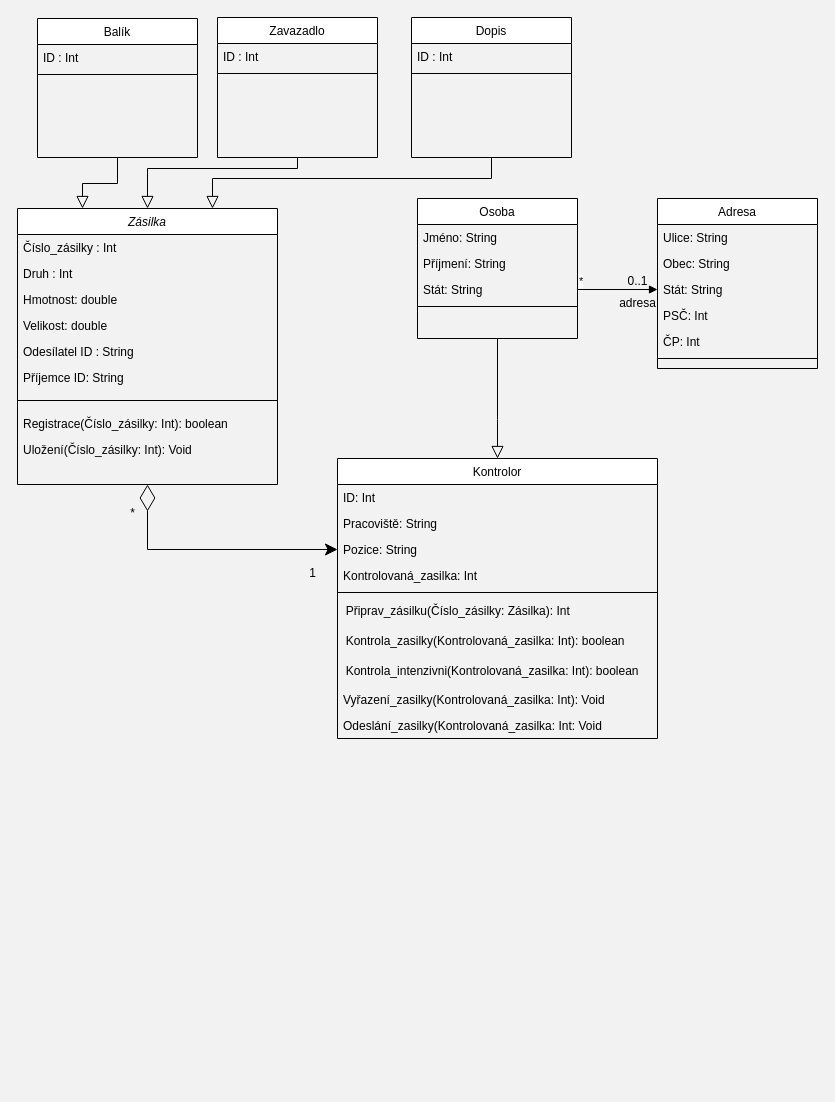
Earlier version of the draw.io diagram page "Page-1" (1 of 3) of tridy.drawio (Hefik/IRS2). Source tidied: cells renumbered, new cells numbered last; positions are measured from the earlier drawing's top-left corner, leaving out a move shared by most shapes. Both pictures are drawn from the tidied source at 100%, with x=0, y=0 at pixel (17, 17).
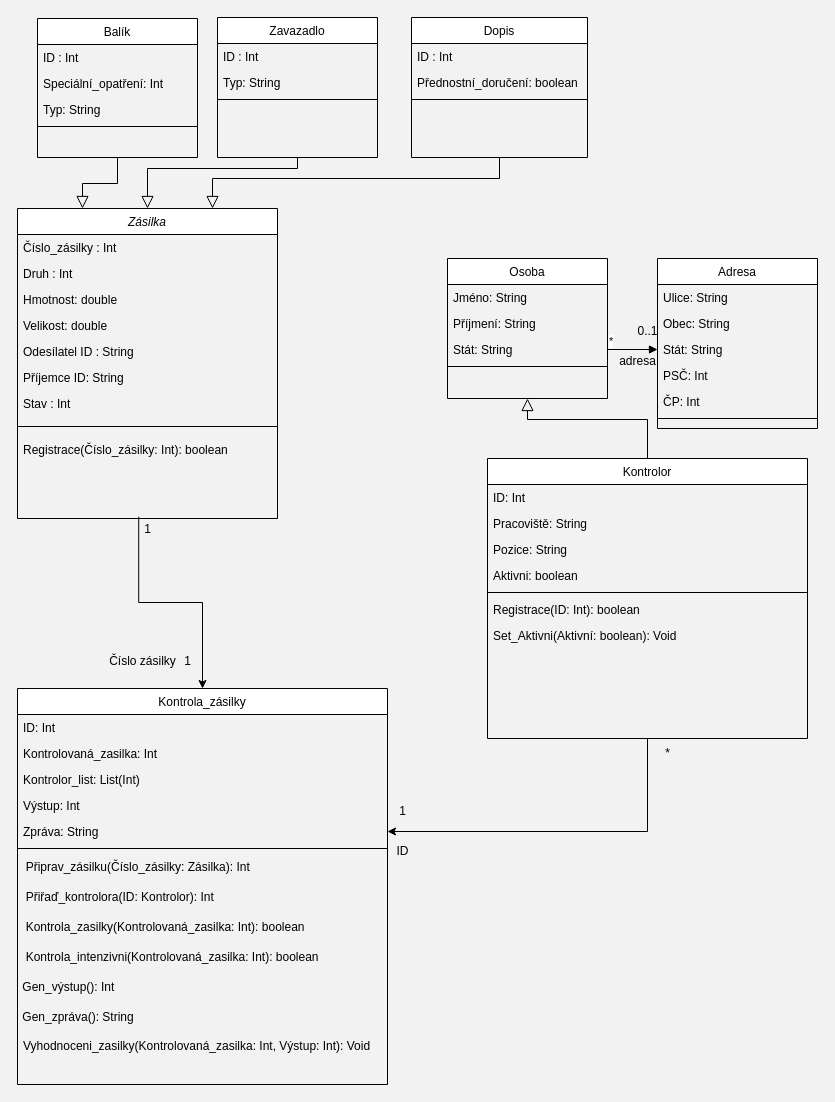
After the change.

Unchanged cells that the change refers to:
```xml
<mxCell id="12" value="Balík" style="swimlane;fontStyle=0;align=center;verticalAlign=top;horizontal=1;startSize=26;rounded=0;shadow=0;strokeWidth=1;" parent="1" vertex="1">
  <mxGeometry x="20" y="1" width="160" height="139" as="geometry" />
</mxCell>
<mxCell id="16" value="Zavazadlo" style="swimlane;fontStyle=0;align=center;verticalAlign=top;horizontal=1;startSize=26;rounded=0;shadow=0;strokeWidth=1;" parent="1" vertex="1">
  <mxGeometry x="200" width="160" height="140" as="geometry" />
</mxCell>
<mxCell id="43" value="Pozice: String" style="text;align=left;verticalAlign=top;spacingLeft=4;spacingRight=4;overflow=hidden;points=[[0,0.5],[1,0.5]];portConstraint=eastwest;rounded=0;shadow=0;html=0;" parent="40" vertex="1">
  <mxGeometry y="78" width="320" height="26" as="geometry" />
</mxCell>
```

Diff of the diagram source:
```diff
@@
     <mxCell id="2" value="Zásilka" style="swimlane;fontStyle=2;align=center;verticalAlign=top;horizontal=1;startSize=26;rounded=0;shadow=0;strokeWidth=1;" parent="1" vertex="1">
-      <mxGeometry y="191" width="260" height="276" as="geometry" />
+      <mxGeometry y="191" width="260" height="310" as="geometry" />
     </mxCell>
@@
+    <mxCell id="55" value="Stav : Int" style="text;align=left;verticalAlign=top;spacingLeft=4;spacingRight=4;overflow=hidden;rounded=0;shadow=0;html=0;" parent="2" vertex="1">
+      <mxGeometry y="182" width="260" height="26" as="geometry" />
+    </mxCell>
     <mxCell id="9" style="line;html=1;strokeWidth=1;align=left;verticalAlign=middle;spacingTop=-1;spacingLeft=3;spacingRight=3;labelPosition=right;" parent="2" vertex="1">
-      <mxGeometry y="182" width="260" height="20" as="geometry" />
+      <mxGeometry y="208" width="260" height="20" as="geometry" />
     </mxCell>
     <mxCell id="10" value="Registrace(Číslo_zásilky: Int): boolean" style="text;align=left;verticalAlign=top;spacingLeft=4;spacingRight=4;overflow=hidden;" parent="2" vertex="1">
-      <mxGeometry y="202" width="260" height="26" as="geometry" />
+      <mxGeometry y="228" width="260" height="26" as="geometry" />
     </mxCell>
-    <mxCell id="11" value="Uložení(Číslo_zásilky: Int): Void" style="text;align=left;verticalAlign=top;spacingLeft=4;spacingRight=4;overflow=hidden;" parent="2" vertex="1">
-      <mxGeometry y="228" width="260" height="26" as="geometry" />
-    </mxCell>
@@
+    <mxCell id="56" value="Speciální_opatření: Int" style="text;align=left;verticalAlign=top;spacingLeft=4;spacingRight=4;overflow=hidden;" parent="12" vertex="1">
+      <mxGeometry y="52" width="160" height="26" as="geometry" />
+    </mxCell>
+    <mxCell id="57" value="Typ: String" style="text;align=left;verticalAlign=top;spacingLeft=4;spacingRight=4;overflow=hidden;" parent="12" vertex="1">
+      <mxGeometry y="78" width="160" height="26" as="geometry" />
+    </mxCell>
     <mxCell id="14" style="line;html=1;strokeWidth=1;align=left;verticalAlign=middle;spacingTop=-1;spacingLeft=3;spacingRight=3;labelPosition=right;" parent="12" vertex="1">
-      <mxGeometry y="52" width="160" height="8" as="geometry" />
+      <mxGeometry y="104" width="160" height="8" as="geometry" />
     </mxCell>
@@
+    <mxCell id="58" value="Typ: String" style="text;align=left;verticalAlign=top;spacingLeft=4;spacingRight=4;overflow=hidden;" parent="16" vertex="1">
+      <mxGeometry y="52" width="160" height="26" as="geometry" />
+    </mxCell>
     <mxCell id="18" style="line;html=1;strokeWidth=1;align=left;verticalAlign=middle;spacingTop=-1;spacingLeft=3;spacingRight=3;labelPosition=right;" parent="16" vertex="1">
-      <mxGeometry y="52" width="160" height="8" as="geometry" />
+      <mxGeometry y="78" width="160" height="8" as="geometry" />
     </mxCell>
@@
     <mxCell id="20" value="Adresa" style="swimlane;fontStyle=0;align=center;verticalAlign=top;horizontal=1;startSize=26;rounded=0;shadow=0;strokeWidth=1;" parent="1" vertex="1">
-      <mxGeometry x="640" y="181" width="160" height="170" as="geometry" />
+      <mxGeometry x="640" y="241" width="160" height="170" as="geometry" />
     </mxCell>
@@
     <mxCell id="27" value="Dopis" style="swimlane;fontStyle=0;align=center;verticalAlign=top;horizontal=1;startSize=26;rounded=0;shadow=0;strokeWidth=1;" parent="1" vertex="1">
-      <mxGeometry x="394" width="160" height="140" as="geometry" />
+      <mxGeometry x="394" width="176" height="140" as="geometry" />
     </mxCell>
     <mxCell id="28" value="ID : Int" style="text;align=left;verticalAlign=top;spacingLeft=4;spacingRight=4;overflow=hidden;" parent="27" vertex="1">
-      <mxGeometry y="26" width="160" height="26" as="geometry" />
+      <mxGeometry y="26" width="176" height="26" as="geometry" />
     </mxCell>
+    <mxCell id="59" value="Přednostní_doručení: boolean" style="text;align=left;verticalAlign=top;spacingLeft=4;spacingRight=4;overflow=hidden;" parent="27" vertex="1">
+      <mxGeometry y="52" width="176" height="26" as="geometry" />
+    </mxCell>
     <mxCell id="29" style="line;html=1;strokeWidth=1;align=left;verticalAlign=middle;spacingTop=-1;spacingLeft=3;spacingRight=3;labelPosition=right;" parent="27" vertex="1">
-      <mxGeometry y="52" width="160" height="8" as="geometry" />
+      <mxGeometry y="78" width="176" height="8" as="geometry" />
     </mxCell>
@@
     <mxCell id="31" value="Osoba" style="swimlane;fontStyle=0;align=center;verticalAlign=top;horizontal=1;startSize=26;rounded=0;shadow=0;strokeWidth=1;fillStyle=auto;swimlaneLine=1;glass=0;" parent="1" vertex="1">
-      <mxGeometry x="400" y="181" width="160" height="140" as="geometry" />
+      <mxGeometry x="430" y="241" width="160" height="140" as="geometry" />
     </mxCell>
@@
     <mxCell id="38" value="0..1" style="text;html=1;align=center;verticalAlign=middle;strokeColor=none;fillColor=none;" parent="1" vertex="1">
-      <mxGeometry x="600" y="249" width="40" height="30" as="geometry" />
+      <mxGeometry x="610" y="299" width="40" height="30" as="geometry" />
     </mxCell>
     <mxCell id="39" value="adresa" style="text;html=1;align=center;verticalAlign=middle;strokeColor=none;fillColor=none;" parent="1" vertex="1">
-      <mxGeometry x="590" y="271" width="60" height="30" as="geometry" />
+      <mxGeometry x="590" y="329" width="60" height="30" as="geometry" />
     </mxCell>
     <mxCell id="40" value="Kontrolor" style="swimlane;fontStyle=0;align=center;verticalAlign=top;horizontal=1;startSize=26;rounded=0;shadow=0;strokeWidth=1;fillStyle=auto;swimlaneLine=1;glass=0;" parent="1" vertex="1">
-      <mxGeometry x="320" y="441" width="320" height="280" as="geometry" />
+      <mxGeometry x="470" y="441" width="320" height="280" as="geometry" />
     </mxCell>
@@
+    <mxCell id="60" value="Aktivni: boolean" style="text;align=left;verticalAlign=top;spacingLeft=4;spacingRight=4;overflow=hidden;rounded=0;shadow=0;html=0;" parent="40" vertex="1">
+      <mxGeometry y="104" width="320" height="26" as="geometry" />
+    </mxCell>
+    <mxCell id="45" style="line;html=1;strokeWidth=1;align=left;verticalAlign=middle;spacingTop=-1;spacingLeft=3;spacingRight=3;labelPosition=right;" parent="40" vertex="1">
+      <mxGeometry y="130" width="320" height="8" as="geometry" />
+    </mxCell>
+    <mxCell id="61" value="Registrace(ID: Int): boolean" style="text;align=left;verticalAlign=top;spacingLeft=4;spacingRight=4;overflow=hidden;rounded=0;shadow=0;html=0;" parent="40" vertex="1">
+      <mxGeometry y="138" width="320" height="26" as="geometry" />
+    </mxCell>
+    <mxCell id="62" value="Set_Aktivni(Aktivní: boolean): Void" style="text;align=left;verticalAlign=top;spacingLeft=4;spacingRight=4;overflow=hidden;rounded=0;shadow=0;html=0;" parent="40" vertex="1">
+      <mxGeometry y="164" width="320" height="26" as="geometry" />
+    </mxCell>
+    <mxCell id="51" style="endArrow=block;endSize=10;endFill=0;shadow=0;strokeWidth=1;rounded=0;edgeStyle=elbowEdgeStyle;elbow=vertical;exitX=0.5;exitY=0;exitDx=0;exitDy=0;entryX=0.5;entryY=1;entryDx=0;entryDy=0;" parent="1" edge="1" source="40" target="31">
+      <mxGeometry relative="1" as="geometry">
+        <Array as="points">
+          <mxPoint x="525" y="402" />
+        </Array>
+      </mxGeometry>
+    </mxCell>
+    <mxCell id="63" value="Kontrola_zásilky" style="swimlane;fontStyle=0;align=center;verticalAlign=top;horizontal=1;startSize=26;rounded=0;shadow=0;strokeWidth=1;fillStyle=auto;swimlaneLine=1;glass=0;" parent="1" vertex="1">
+      <mxGeometry y="671" width="370" height="396" as="geometry" />
+    </mxCell>
+    <mxCell id="64" value="ID: Int" style="text;align=left;verticalAlign=top;spacingLeft=4;spacingRight=4;overflow=hidden;" parent="63" vertex="1">
+      <mxGeometry y="26" width="370" height="26" as="geometry" />
+    </mxCell>
-    <mxCell id="44" value="Kontrolovaná_zasilka: Int" style="text;align=left;verticalAlign=top;spacingLeft=4;spacingRight=4;overflow=hidden;rounded=0;shadow=0;html=0;" parent="40" vertex="1">
-      <mxGeometry y="104" width="320" height="26" as="geometry" />
+    <mxCell id="44" value="Kontrolovaná_zasilka: Int" style="text;align=left;verticalAlign=top;spacingLeft=4;spacingRight=4;overflow=hidden;rounded=0;shadow=0;html=0;" parent="63" vertex="1">
+      <mxGeometry y="52" width="370" height="26" as="geometry" />
     </mxCell>
-    <mxCell id="45" style="line;html=1;strokeWidth=1;align=left;verticalAlign=middle;spacingTop=-1;spacingLeft=3;spacingRight=3;labelPosition=right;" parent="40" vertex="1">
-      <mxGeometry y="130" width="320" height="8" as="geometry" />
-    </mxCell>
+    <mxCell id="65" value="Kontrolor_list: List(Int)" style="text;align=left;verticalAlign=top;spacingLeft=4;spacingRight=4;overflow=hidden;rounded=0;shadow=0;html=0;" parent="63" vertex="1">
+      <mxGeometry y="78" width="370" height="26" as="geometry" />
+    </mxCell>
+    <mxCell id="66" value="Výstup: Int" style="text;align=left;verticalAlign=top;spacingLeft=4;spacingRight=4;overflow=hidden;rounded=0;shadow=0;html=0;" parent="63" vertex="1">
+      <mxGeometry y="104" width="370" height="26" as="geometry" />
+    </mxCell>
+    <mxCell id="67" value="Zpráva: String" style="text;align=left;verticalAlign=top;spacingLeft=4;spacingRight=4;overflow=hidden;points=[[0,0.5],[1,0.5]];portConstraint=eastwest;rounded=0;shadow=0;html=0;" parent="63" vertex="1">
+      <mxGeometry y="130" width="370" height="26" as="geometry" />
+    </mxCell>
+    <mxCell id="68" style="line;html=1;strokeWidth=1;align=left;verticalAlign=middle;spacingTop=-1;spacingLeft=3;spacingRight=3;labelPosition=right;" parent="63" vertex="1">
+      <mxGeometry y="156" width="370" height="8" as="geometry" />
+    </mxCell>
-    <mxCell id="46" value="&amp;nbsp; Připrav_zásilku(Číslo_zásilky: Zásilka): Int" style="text;html=1;align=left;verticalAlign=middle;strokeColor=none;fillColor=none;" parent="40" vertex="1">
-      <mxGeometry y="138" width="320" height="30" as="geometry" />
+    <mxCell id="46" value="&amp;nbsp; Připrav_zásilku(Číslo_zásilky: Zásilka): Int" style="text;html=1;align=left;verticalAlign=middle;strokeColor=none;fillColor=none;" parent="63" vertex="1">
+      <mxGeometry y="164" width="370" height="30" as="geometry" />
     </mxCell>
+    <mxCell id="69" value="&amp;nbsp; Přiřaď_kontrolora(ID: Kontrolor): Int" style="text;html=1;align=left;verticalAlign=middle;strokeColor=none;fillColor=none;" parent="63" vertex="1">
+      <mxGeometry y="194" width="370" height="30" as="geometry" />
+    </mxCell>
-    <mxCell id="47" value="&amp;nbsp; Kontrola_zasilky(Kontrolovaná_zasilka: Int): boolean" style="text;html=1;align=left;verticalAlign=middle;strokeColor=none;fillColor=none;" parent="40" vertex="1">
-      <mxGeometry y="168" width="320" height="30" as="geometry" />
+    <mxCell id="47" value="&amp;nbsp; Kontrola_zasilky(Kontrolovaná_zasilka: Int): boolean" style="text;html=1;align=left;verticalAlign=middle;strokeColor=none;fillColor=none;" parent="63" vertex="1">
+      <mxGeometry y="224" width="370" height="30" as="geometry" />
     </mxCell>
-    <mxCell id="48" value="&amp;nbsp; Kontrola_intenzivni(Kontrolovaná_zasilka: Int): boolean" style="text;html=1;align=left;verticalAlign=middle;strokeColor=none;fillColor=none;" parent="40" vertex="1">
-      <mxGeometry y="198" width="320" height="30" as="geometry" />
+    <mxCell id="48" value="&amp;nbsp; Kontrola_intenzivni(Kontrolovaná_zasilka: Int): boolean" style="text;html=1;align=left;verticalAlign=middle;strokeColor=none;fillColor=none;" parent="63" vertex="1">
+      <mxGeometry y="254" width="370" height="30" as="geometry" />
     </mxCell>
-    <mxCell id="49" value="Vyřazení_zasilky(Kontrolovaná_zasilka: Int): Void" style="text;align=left;verticalAlign=top;spacingLeft=4;spacingRight=4;overflow=hidden;rounded=0;shadow=0;html=0;" parent="40" vertex="1">
-      <mxGeometry y="228" width="320" height="26" as="geometry" />
-    </mxCell>
-    <mxCell id="50" value="Odeslání_zasilky(Kontrolovaná_zasilka: Int: Void" style="text;align=left;verticalAlign=top;spacingLeft=4;spacingRight=4;overflow=hidden;rounded=0;shadow=0;html=0;" parent="40" vertex="1">
-      <mxGeometry y="254" width="320" height="26" as="geometry" />
-    </mxCell>
-    <mxCell id="51" style="endArrow=block;endSize=10;endFill=0;shadow=0;strokeWidth=1;rounded=0;edgeStyle=elbowEdgeStyle;elbow=vertical;exitX=0.5;exitY=1;exitDx=0;exitDy=0;entryX=0.5;entryY=0;entryDx=0;entryDy=0;" parent="1" edge="1" source="31" target="40">
-      <mxGeometry relative="1" as="geometry">
-        <Array as="points">
-          <mxPoint x="525" y="402" />
-        </Array>
-      </mxGeometry>
-    </mxCell>
-    <mxCell id="52" style="endArrow=classic;html=1;rounded=0;exitX=0.5;exitY=1;exitDx=0;exitDy=0;entryX=0;entryY=0.5;entryDx=0;entryDy=0;startArrow=diamondThin;startFill=0;startSize=24;endSize=10;edgeStyle=orthogonalEdgeStyle;" parent="1" edge="1" source="2" target="43">
-      <mxGeometry relative="1" as="geometry" />
-    </mxCell>
+    <mxCell id="70" value="&amp;nbsp;Gen_výstup(): Int" style="text;html=1;align=left;verticalAlign=middle;strokeColor=none;fillColor=none;" parent="63" vertex="1">
+      <mxGeometry y="284" width="370" height="30" as="geometry" />
+    </mxCell>
+    <mxCell id="71" value="&amp;nbsp;Gen_zpráva(): String" style="text;html=1;align=left;verticalAlign=middle;strokeColor=none;fillColor=none;" parent="63" vertex="1">
+      <mxGeometry y="314" width="370" height="30" as="geometry" />
+    </mxCell>
+    <mxCell id="72" value="Vyhodnoceni_zasilky(Kontrolovaná_zasilka: Int, Výstup: Int): Void" style="text;align=left;verticalAlign=top;spacingLeft=4;spacingRight=4;overflow=hidden;rounded=0;shadow=0;html=0;" parent="63" vertex="1">
+      <mxGeometry y="344" width="370" height="26" as="geometry" />
+    </mxCell>
+    <mxCell id="73" style="endArrow=classic;html=1;rounded=0;exitX=0.207;exitY=0.073;exitDx=0;exitDy=0;exitPerimeter=0;entryX=0.5;entryY=0;entryDx=0;entryDy=0;edgeStyle=elbowEdgeStyle;elbow=vertical;" parent="1" edge="1" source="76" target="63">
+      <mxGeometry relative="1" as="geometry" />
+    </mxCell>
+    <mxCell id="74" style="endArrow=classic;html=1;rounded=0;entryX=1;entryY=0.5;entryDx=0;entryDy=0;edgeStyle=elbowEdgeStyle;" parent="1" edge="1" target="67">
+      <mxGeometry relative="1" as="geometry">
+        <mxPoint x="630" y="721" as="sourcePoint" />
+        <Array as="points">
+          <mxPoint x="630" y="771" />
+        </Array>
+      </mxGeometry>
+    </mxCell>
+    <mxCell id="75" value="1" style="text;html=1;align=center;verticalAlign=middle;strokeColor=none;fillColor=none;" parent="1" vertex="1">
+      <mxGeometry x="370" y="779" width="30" height="30" as="geometry" />
+    </mxCell>
     <mxCell id="53" value="*" style="text;html=1;align=center;verticalAlign=middle;strokeColor=none;fillColor=none;" parent="1" vertex="1">
-      <mxGeometry x="100" y="481" width="30" height="30" as="geometry" />
+      <mxGeometry x="635" y="721" width="30" height="30" as="geometry" />
     </mxCell>
-    <mxCell id="54" value="1" style="text;html=1;align=center;verticalAlign=middle;strokeColor=none;fillColor=none;" parent="1" vertex="1">
-      <mxGeometry x="280" y="541" width="30" height="30" as="geometry" />
-    </mxCell>
+    <mxCell id="76" value="1" style="text;html=1;align=center;verticalAlign=middle;points=[];strokeColor=none;fillColor=none;" parent="1" vertex="1">
+      <mxGeometry x="115" y="497" width="30" height="30" as="geometry" />
+    </mxCell>
+    <mxCell id="77" value="1" style="text;html=1;align=center;verticalAlign=middle;strokeColor=none;fillColor=none;" parent="1" vertex="1">
+      <mxGeometry x="155" y="629" width="30" height="30" as="geometry" />
+    </mxCell>
+    <mxCell id="78" value="Číslo zásilky" style="text;html=1;align=center;verticalAlign=middle;strokeColor=none;fillColor=none;" parent="1" vertex="1">
+      <mxGeometry x="80" y="629" width="90" height="30" as="geometry" />
+    </mxCell>
+    <mxCell id="79" value="ID" style="text;html=1;align=center;verticalAlign=middle;strokeColor=none;fillColor=none;" parent="1" vertex="1">
+      <mxGeometry x="365" y="819" width="40" height="30" as="geometry" />
+    </mxCell>
```
